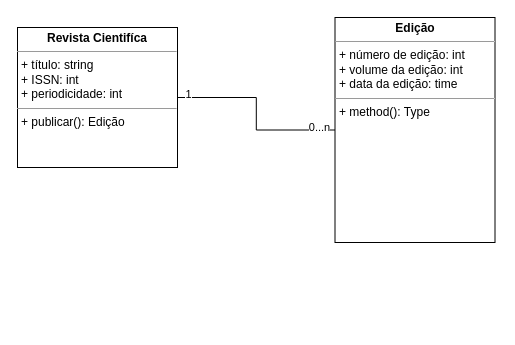
Earlier version of the draw.io diagram Diagrama de Classes - Atividade 04.drawio (bruniculos08/SOFT003). Source tidied: cells renumbered, new cells numbered last; positions are measured from the earlier drawing's top-left corner, leaving out a move shared by most shapes. Both pictures are drawn from the tidied source at 100%, with x=0, y=0 at pixel (17, 17).
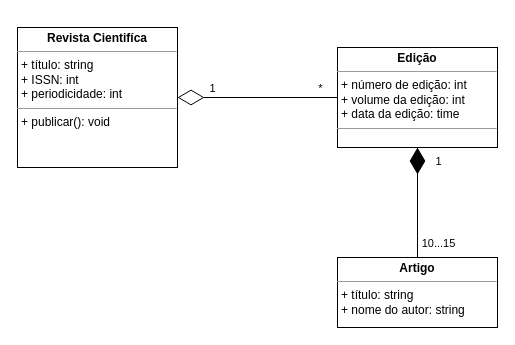
Above is the later version.

Change to the diagram source:
```diff
@@
 <mxGraphModel>
   <root>
     <mxCell id="0" />
     <mxCell id="1" parent="0" />
-    <mxCell id="2" style="edgeStyle=orthogonalEdgeStyle;rounded=0;jettySize=auto;html=1;exitX=1;exitY=0.5;exitDx=0;exitDy=0;strokeColor=default;endArrow=none;endFill=0;" parent="1" edge="1" source="5" target="6">
-      <mxGeometry relative="1" as="geometry" />
-    </mxCell>
-    <mxCell id="3" value="1" style="edgeLabel;html=1;align=center;verticalAlign=middle;" parent="2" vertex="1">
-      <mxGeometry x="-0.89" y="4" relative="1" as="geometry" />
-    </mxCell>
-    <mxCell id="4" value="0...n" style="edgeLabel;html=1;align=center;verticalAlign=middle;" parent="2" vertex="1">
-      <mxGeometry x="0.87" y="3" relative="1" as="geometry">
-        <mxPoint x="-4" as="offset" />
-      </mxGeometry>
-    </mxCell>
-    <mxCell id="5" value="&lt;p style=&quot;margin: 0px ; margin-top: 4px ; text-align: center&quot;&gt;&lt;b&gt;Revista Cientifíca&lt;/b&gt;&lt;/p&gt;&lt;hr size=&quot;1&quot;&gt;&lt;p style=&quot;margin: 0px ; margin-left: 4px&quot;&gt;&lt;span&gt;+ título: string&lt;/span&gt;&lt;br&gt;&lt;/p&gt;&lt;p style=&quot;margin: 0px ; margin-left: 4px&quot;&gt;&lt;span&gt;+ ISSN: int&lt;/span&gt;&lt;/p&gt;&lt;p style=&quot;margin: 0px ; margin-left: 4px&quot;&gt;&lt;span&gt;+ periodicidade: int&lt;/span&gt;&lt;/p&gt;&lt;hr size=&quot;1&quot;&gt;&lt;p style=&quot;margin: 0px ; margin-left: 4px&quot;&gt;+ publicar(): Edição&lt;/p&gt;" style="verticalAlign=top;align=left;overflow=fill;fontSize=12;fontFamily=Helvetica;html=1;" parent="1" vertex="1">
+    <mxCell id="5" value="&lt;p style=&quot;margin: 0px ; margin-top: 4px ; text-align: center&quot;&gt;&lt;b&gt;Revista Cientifíca&lt;/b&gt;&lt;/p&gt;&lt;hr size=&quot;1&quot;&gt;&lt;p style=&quot;margin: 0px ; margin-left: 4px&quot;&gt;&lt;span&gt;+ título: string&lt;/span&gt;&lt;br&gt;&lt;/p&gt;&lt;p style=&quot;margin: 0px ; margin-left: 4px&quot;&gt;&lt;span&gt;+ ISSN: int&lt;/span&gt;&lt;/p&gt;&lt;p style=&quot;margin: 0px ; margin-left: 4px&quot;&gt;&lt;span&gt;+ periodicidade: int&lt;/span&gt;&lt;/p&gt;&lt;hr size=&quot;1&quot;&gt;&lt;p style=&quot;margin: 0px ; margin-left: 4px&quot;&gt;+ publicar(): void&lt;/p&gt;" style="verticalAlign=top;align=left;overflow=fill;fontSize=12;fontFamily=Helvetica;html=1;" parent="1" vertex="1">
       <mxGeometry y="10" width="160" height="140" as="geometry" />
     </mxCell>
+    <mxCell id="7" style="edgeStyle=orthogonalEdgeStyle;rounded=0;jettySize=auto;html=1;endArrow=none;endFill=0;strokeColor=default;" parent="1" edge="1" source="6" target="8">
+      <mxGeometry relative="1" as="geometry" />
+    </mxCell>
-    <mxCell id="6" value="&lt;p style=&quot;margin: 0px ; margin-top: 4px ; text-align: center&quot;&gt;&lt;b&gt;Edição&lt;/b&gt;&lt;/p&gt;&lt;hr size=&quot;1&quot;&gt;&lt;p style=&quot;margin: 0px ; margin-left: 4px&quot;&gt;+ número de edição: int&lt;/p&gt;&lt;p style=&quot;margin: 0px ; margin-left: 4px&quot;&gt;+ volume da edição: int&lt;/p&gt;&lt;p style=&quot;margin: 0px ; margin-left: 4px&quot;&gt;+ data da edição: time&lt;/p&gt;&lt;hr size=&quot;1&quot;&gt;&lt;p style=&quot;margin: 0px ; margin-left: 4px&quot;&gt;+ method(): Type&lt;/p&gt;" style="verticalAlign=top;align=left;overflow=fill;fontSize=12;fontFamily=Helvetica;html=1;" parent="1" vertex="1">
-      <mxGeometry x="317.5" width="160" height="225" as="geometry" />
+    <mxCell id="6" value="&lt;p style=&quot;margin: 0px ; margin-top: 4px ; text-align: center&quot;&gt;&lt;b&gt;Edição&lt;/b&gt;&lt;/p&gt;&lt;hr size=&quot;1&quot;&gt;&lt;p style=&quot;margin: 0px ; margin-left: 4px&quot;&gt;+ número de edição: int&lt;/p&gt;&lt;p style=&quot;margin: 0px ; margin-left: 4px&quot;&gt;+ volume da edição: int&lt;/p&gt;&lt;p style=&quot;margin: 0px ; margin-left: 4px&quot;&gt;+ data da edição: time&lt;/p&gt;&lt;hr size=&quot;1&quot;&gt;&lt;p style=&quot;margin: 0px ; margin-left: 4px&quot;&gt;&lt;br&gt;&lt;/p&gt;" style="verticalAlign=top;align=left;overflow=fill;fontSize=12;fontFamily=Helvetica;html=1;" parent="1" vertex="1">
+      <mxGeometry x="320" y="30" width="160" height="100" as="geometry" />
     </mxCell>
+    <mxCell id="8" value="&lt;p style=&quot;margin: 0px ; margin-top: 4px ; text-align: center&quot;&gt;&lt;b&gt;Artigo&lt;/b&gt;&lt;/p&gt;&lt;hr size=&quot;1&quot;&gt;&lt;p style=&quot;margin: 0px ; margin-left: 4px&quot;&gt;+ título: string&lt;/p&gt;&lt;p style=&quot;margin: 0px ; margin-left: 4px&quot;&gt;+ nome do autor: string&lt;/p&gt;" style="verticalAlign=top;align=left;overflow=fill;fontSize=12;fontFamily=Helvetica;html=1;" parent="1" vertex="1">
+      <mxGeometry x="320" y="240" width="160" height="70" as="geometry" />
+    </mxCell>
+    <mxCell id="9" style="endArrow=diamondThin;endFill=1;endSize=24;html=1;rounded=0;strokeColor=default;exitX=0.5;exitY=0;exitDx=0;exitDy=0;entryX=0.5;entryY=1;entryDx=0;entryDy=0;" parent="1" edge="1" source="8" target="6">
+      <mxGeometry relative="1" as="geometry" />
+    </mxCell>
+    <mxCell id="10" value="1" style="edgeLabel;html=1;align=center;verticalAlign=middle;" parent="9" vertex="1">
+      <mxGeometry x="0.76" y="5" relative="1" as="geometry">
+        <mxPoint x="25" as="offset" />
+      </mxGeometry>
+    </mxCell>
+    <mxCell id="11" value="10...15" style="edgeLabel;html=1;align=center;verticalAlign=middle;" parent="9" vertex="1">
+      <mxGeometry x="-0.72" y="1" relative="1" as="geometry">
+        <mxPoint x="21" as="offset" />
+      </mxGeometry>
+    </mxCell>
+    <mxCell id="12" style="endArrow=diamondThin;endFill=0;endSize=24;html=1;rounded=0;strokeColor=default;entryX=1;entryY=0.5;entryDx=0;entryDy=0;" parent="1" edge="1" source="6" target="5">
+      <mxGeometry relative="1" as="geometry" />
+    </mxCell>
+    <mxCell id="13" value="1" style="edgeLabel;html=1;align=center;verticalAlign=middle;" parent="12" vertex="1">
+      <mxGeometry x="0.58" y="-2" relative="1" as="geometry">
+        <mxPoint y="-8" as="offset" />
+      </mxGeometry>
+    </mxCell>
+    <mxCell id="14" value="*" style="edgeLabel;html=1;align=center;verticalAlign=middle;" parent="12" vertex="1">
+      <mxGeometry x="-0.77" y="3" relative="1" as="geometry">
+        <mxPoint y="-13" as="offset" />
+      </mxGeometry>
+    </mxCell>
   </root>
 </mxGraphModel>
```
